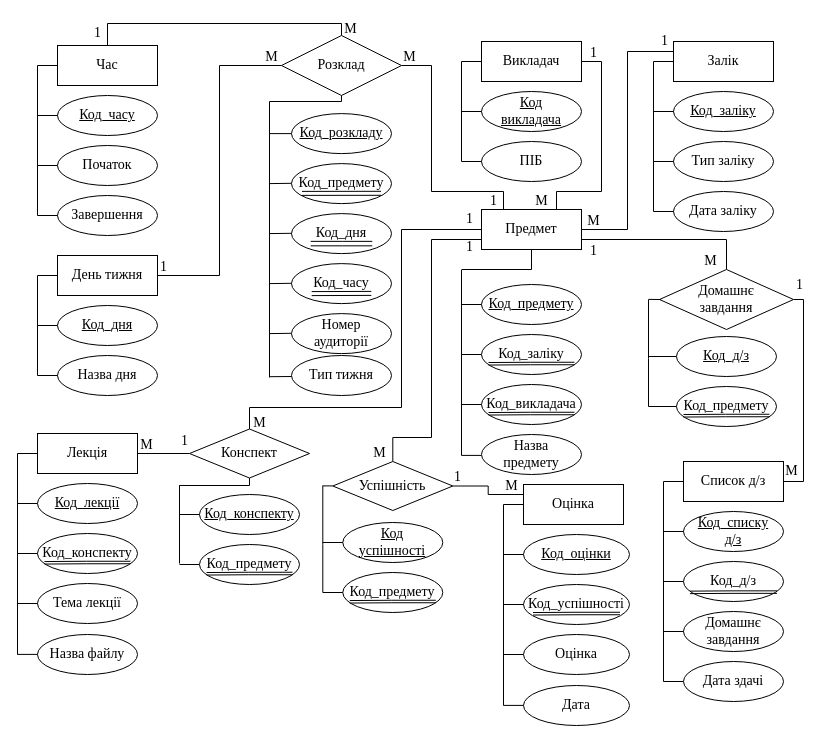
This is Documentation/Предметная область/картинки/er/er1.drawio from annagolikova/Course-project, a draw.io file, before an edit. Source tidied: cells renumbered, new cells numbered last; positions are measured from the earlier drawing's top-left corner, leaving out a move shared by most shapes. Both pictures are drawn from the tidied source at 100%, with x=0, y=0 at pixel (17, 17).
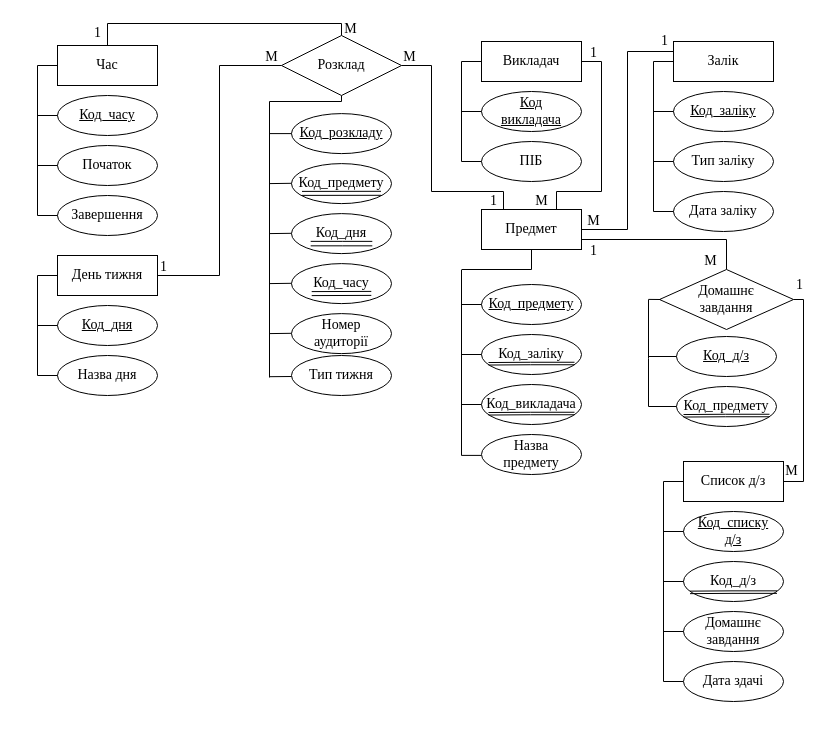
Above is the later version.

The change refers to these unchanged cells:
```xml
<mxCell id="89" value="Предмет" style="whiteSpace=wrap;html=1;align=center;fontFamily=Times New Roman;fontSize=14;" parent="1" vertex="1">
  <mxGeometry x="464" y="192" width="100" height="40" as="geometry" />
</mxCell>
```

The edit, as a diff of the source:
```diff
@@
-    <mxCell id="20" value="Лекція" style="whiteSpace=wrap;html=1;align=center;fontFamily=Times New Roman;fontSize=14;" parent="1" vertex="1">
-      <mxGeometry x="20" y="416" width="100" height="40" as="geometry" />
-    </mxCell>
-    <mxCell id="21" value="Код_лекції" style="ellipse;whiteSpace=wrap;html=1;align=center;fontStyle=4;fontFamily=Times New Roman;fontSize=14;" parent="1" vertex="1">
-      <mxGeometry x="20" y="466" width="100" height="40" as="geometry" />
-    </mxCell>
-    <mxCell id="22" value="Код_конспекту" style="ellipse;whiteSpace=wrap;html=1;align=center;fontFamily=Times New Roman;fontSize=14;" parent="1" vertex="1">
-      <mxGeometry x="20" y="516" width="100" height="40" as="geometry" />
-    </mxCell>
-    <mxCell id="23" value="Тема лекції" style="ellipse;whiteSpace=wrap;html=1;align=center;fontFamily=Times New Roman;fontSize=14;" parent="1" vertex="1">
-      <mxGeometry x="20" y="566" width="100" height="40" as="geometry" />
-    </mxCell>
-    <mxCell id="24" style="endArrow=none;html=1;rounded=0;fontFamily=Times New Roman;fontSize=14;" parent="1" edge="1">
-      <mxGeometry relative="1" as="geometry">
-        <mxPoint y="436" as="sourcePoint" />
-        <mxPoint y="637" as="targetPoint" />
-      </mxGeometry>
-    </mxCell>
-    <mxCell id="25" style="endArrow=none;html=1;rounded=0;fontFamily=Times New Roman;fontSize=14;" parent="1" edge="1">
-      <mxGeometry relative="1" as="geometry">
-        <mxPoint y="436" as="sourcePoint" />
-        <mxPoint x="20" y="436" as="targetPoint" />
-      </mxGeometry>
-    </mxCell>
-    <mxCell id="26" style="endArrow=none;html=1;rounded=0;fontFamily=Times New Roman;fontSize=14;" parent="1" edge="1">
-      <mxGeometry relative="1" as="geometry">
-        <mxPoint y="586" as="sourcePoint" />
-        <mxPoint x="20" y="586" as="targetPoint" />
-      </mxGeometry>
-    </mxCell>
-    <mxCell id="27" style="endArrow=none;html=1;rounded=0;entryX=0;entryY=0.5;entryDx=0;entryDy=0;fontFamily=Times New Roman;fontSize=14;" parent="1" edge="1" target="22">
-      <mxGeometry relative="1" as="geometry">
-        <mxPoint y="536" as="sourcePoint" />
-      </mxGeometry>
-    </mxCell>
-    <mxCell id="28" style="endArrow=none;html=1;rounded=0;entryX=0;entryY=0.5;entryDx=0;entryDy=0;fontFamily=Times New Roman;fontSize=14;" parent="1" edge="1" target="21">
-      <mxGeometry relative="1" as="geometry">
-        <mxPoint y="486" as="sourcePoint" />
-      </mxGeometry>
-    </mxCell>
@@
-    <mxCell id="54" style="shape=link;html=1;rounded=0;fontFamily=Times New Roman;fontSize=14;width=2.5;" parent="1" edge="1">
-      <mxGeometry relative="1" as="geometry">
-        <mxPoint x="27" y="545.3" as="sourcePoint" />
-        <mxPoint x="113" y="545" as="targetPoint" />
-        <Array as="points">
-          <mxPoint x="69" y="545" />
-        </Array>
-      </mxGeometry>
-    </mxCell>
-    <mxCell id="55" style="html=1;align=right;verticalAlign=bottom;" parent="54" vertex="1">
-      <mxGeometry x="1" relative="1" as="geometry" />
-    </mxCell>
@@
-    <mxCell id="62" style="edgeStyle=orthogonalEdgeStyle;rounded=0;jettySize=auto;html=1;exitX=0.5;exitY=1;exitDx=0;exitDy=0;endArrow=none;endFill=0;strokeColor=#000000;fontFamily=Times New Roman;fontSize=14;" parent="1" edge="1" source="65">
-      <mxGeometry relative="1" as="geometry">
-        <mxPoint x="162" y="471.5" as="targetPoint" />
-        <Array as="points">
-          <mxPoint x="232" y="468" />
-          <mxPoint x="162" y="468" />
-        </Array>
-      </mxGeometry>
-    </mxCell>
-    <mxCell id="63" style="edgeStyle=orthogonalEdgeStyle;rounded=0;jettySize=auto;html=1;exitX=0;exitY=0.5;exitDx=0;exitDy=0;entryX=1;entryY=0.5;entryDx=0;entryDy=0;endArrow=none;endFill=0;strokeColor=#000000;fontFamily=Times New Roman;fontSize=14;" parent="1" edge="1" source="65" target="20">
-      <mxGeometry relative="1" as="geometry" />
-    </mxCell>
-    <mxCell id="64" style="edgeStyle=orthogonalEdgeStyle;rounded=0;jettySize=auto;html=1;entryX=0;entryY=0.75;entryDx=0;entryDy=0;endArrow=none;endFill=0;strokeColor=#000000;fontFamily=Times New Roman;fontSize=14;exitX=0.5;exitY=0;exitDx=0;exitDy=0;" parent="1" edge="1" source="65" target="89">
-      <mxGeometry relative="1" as="geometry">
-        <Array as="points">
-          <mxPoint x="232" y="390" />
-          <mxPoint x="384" y="390" />
-          <mxPoint x="384" y="212" />
-          <mxPoint x="464" y="212" />
-        </Array>
-      </mxGeometry>
-    </mxCell>
-    <mxCell id="65" value="Конспект" style="shape=rhombus;perimeter=rhombusPerimeter;whiteSpace=wrap;html=1;align=center;fontFamily=Times New Roman;fontSize=14;" parent="1" vertex="1">
-      <mxGeometry x="172" y="411.5" width="120" height="49" as="geometry" />
-    </mxCell>
-    <mxCell id="66" value="Назва файлу" style="ellipse;whiteSpace=wrap;html=1;align=center;fontFamily=Times New Roman;fontSize=14;" parent="1" vertex="1">
-      <mxGeometry x="20" y="617" width="100" height="40" as="geometry" />
-    </mxCell>
-    <mxCell id="67" style="endArrow=none;html=1;rounded=0;fontFamily=Times New Roman;fontSize=14;" parent="1" edge="1">
-      <mxGeometry relative="1" as="geometry">
-        <mxPoint y="636.9" as="sourcePoint" />
-        <mxPoint x="20" y="636.9" as="targetPoint" />
-      </mxGeometry>
-    </mxCell>
-    <mxCell id="68" value="Код_конспекту" style="ellipse;whiteSpace=wrap;html=1;align=center;fontStyle=4;fontFamily=Times New Roman;fontSize=14;" parent="1" vertex="1">
-      <mxGeometry x="182" y="477" width="100" height="40" as="geometry" />
-    </mxCell>
-    <mxCell id="69" style="edgeStyle=orthogonalEdgeStyle;rounded=0;jettySize=auto;html=1;exitX=0;exitY=0.5;exitDx=0;exitDy=0;endArrow=none;endFill=0;strokeColor=#000000;fontFamily=Times New Roman;fontSize=14;" parent="1" edge="1" source="70">
-      <mxGeometry relative="1" as="geometry">
-        <mxPoint x="162" y="547" as="targetPoint" />
-      </mxGeometry>
-    </mxCell>
-    <mxCell id="70" value="Код_предмету" style="ellipse;whiteSpace=wrap;html=1;align=center;fontFamily=Times New Roman;fontSize=14;" parent="1" vertex="1">
-      <mxGeometry x="182" y="527" width="100" height="40" as="geometry" />
-    </mxCell>
-    <mxCell id="71" style="endArrow=none;html=1;rounded=0;entryX=0;entryY=0.5;entryDx=0;entryDy=0;fontFamily=Times New Roman;fontSize=14;" parent="1" edge="1" target="68">
-      <mxGeometry relative="1" as="geometry">
-        <mxPoint x="162" y="497" as="sourcePoint" />
-      </mxGeometry>
-    </mxCell>
-    <mxCell id="72" style="shape=link;html=1;rounded=0;fontFamily=Times New Roman;fontSize=14;width=2.5;" parent="1" edge="1">
-      <mxGeometry relative="1" as="geometry">
-        <mxPoint x="189" y="556.3" as="sourcePoint" />
-        <mxPoint x="275" y="556" as="targetPoint" />
-        <Array as="points">
-          <mxPoint x="231" y="556" />
-        </Array>
-      </mxGeometry>
-    </mxCell>
-    <mxCell id="73" style="html=1;align=right;verticalAlign=bottom;" parent="72" vertex="1">
-      <mxGeometry x="1" relative="1" as="geometry">
-        <mxPoint x="13.3" y="1" as="offset" />
-      </mxGeometry>
-    </mxCell>
-    <mxCell id="74" style="endArrow=none;html=1;rounded=0;fontFamily=Times New Roman;fontSize=14;" parent="1" edge="1">
-      <mxGeometry relative="1" as="geometry">
-        <mxPoint x="162" y="468" as="sourcePoint" />
-        <mxPoint x="162" y="546" as="targetPoint" />
-        <Array as="points">
-          <mxPoint x="162" y="494.5" />
-        </Array>
-      </mxGeometry>
-    </mxCell>
@@
-    <mxCell id="121" value="Оцінка" style="whiteSpace=wrap;html=1;align=center;fontFamily=Times New Roman;fontSize=14;" parent="1" vertex="1">
-      <mxGeometry x="506" y="467" width="100" height="40" as="geometry" />
-    </mxCell>
-    <mxCell id="122" value="Код_оцінки" style="ellipse;whiteSpace=wrap;html=1;align=center;fontStyle=4;fontFamily=Times New Roman;fontSize=14;" parent="1" vertex="1">
-      <mxGeometry x="506" y="517" width="106" height="40" as="geometry" />
-    </mxCell>
-    <mxCell id="123" value="Код_успішності" style="ellipse;whiteSpace=wrap;html=1;align=center;fontFamily=Times New Roman;fontSize=14;" parent="1" vertex="1">
-      <mxGeometry x="506" y="567" width="106" height="40" as="geometry" />
-    </mxCell>
-    <mxCell id="124" value="Оцінка" style="ellipse;whiteSpace=wrap;html=1;align=center;fontFamily=Times New Roman;fontSize=14;" parent="1" vertex="1">
-      <mxGeometry x="506" y="617" width="106" height="40" as="geometry" />
-    </mxCell>
-    <mxCell id="125" style="endArrow=none;html=1;rounded=0;fontFamily=Times New Roman;fontSize=14;" parent="1" edge="1">
-      <mxGeometry relative="1" as="geometry">
-        <mxPoint x="486" y="487" as="sourcePoint" />
-        <mxPoint x="486" y="688" as="targetPoint" />
-      </mxGeometry>
-    </mxCell>
-    <mxCell id="126" style="endArrow=none;html=1;rounded=0;fontFamily=Times New Roman;fontSize=14;" parent="1" edge="1">
-      <mxGeometry relative="1" as="geometry">
-        <mxPoint x="486" y="487" as="sourcePoint" />
-        <mxPoint x="506" y="487" as="targetPoint" />
-      </mxGeometry>
-    </mxCell>
-    <mxCell id="127" style="endArrow=none;html=1;rounded=0;fontFamily=Times New Roman;fontSize=14;" parent="1" edge="1">
-      <mxGeometry relative="1" as="geometry">
-        <mxPoint x="486" y="637" as="sourcePoint" />
-        <mxPoint x="506" y="637" as="targetPoint" />
-      </mxGeometry>
-    </mxCell>
-    <mxCell id="128" style="endArrow=none;html=1;rounded=0;entryX=0;entryY=0.5;entryDx=0;entryDy=0;fontFamily=Times New Roman;fontSize=14;" parent="1" edge="1" target="123">
-      <mxGeometry relative="1" as="geometry">
-        <mxPoint x="486" y="587" as="sourcePoint" />
-      </mxGeometry>
-    </mxCell>
-    <mxCell id="129" style="endArrow=none;html=1;rounded=0;entryX=0;entryY=0.5;entryDx=0;entryDy=0;fontFamily=Times New Roman;fontSize=14;" parent="1" edge="1" target="122">
-      <mxGeometry relative="1" as="geometry">
-        <mxPoint x="486" y="537" as="sourcePoint" />
-      </mxGeometry>
-    </mxCell>
-    <mxCell id="130" style="shape=link;html=1;rounded=0;fontFamily=Times New Roman;fontSize=14;width=2.5;" parent="1" edge="1">
-      <mxGeometry relative="1" as="geometry">
-        <mxPoint x="515.5" y="596.3" as="sourcePoint" />
-        <mxPoint x="602.5" y="596" as="targetPoint" />
-        <Array as="points">
-          <mxPoint x="557.5" y="596" />
-        </Array>
-      </mxGeometry>
-    </mxCell>
-    <mxCell id="131" style="html=1;align=right;verticalAlign=bottom;" parent="130" vertex="1">
-      <mxGeometry x="1" relative="1" as="geometry" />
-    </mxCell>
-    <mxCell id="132" style="edgeStyle=orthogonalEdgeStyle;rounded=0;jettySize=auto;html=1;exitX=1;exitY=0.5;exitDx=0;exitDy=0;entryX=0;entryY=0.25;entryDx=0;entryDy=0;endArrow=none;endFill=0;strokeColor=#000000;fontFamily=Times New Roman;fontSize=14;" parent="1" edge="1" source="134" target="121">
-      <mxGeometry relative="1" as="geometry" />
-    </mxCell>
-    <mxCell id="133" style="edgeStyle=orthogonalEdgeStyle;rounded=0;jettySize=auto;html=1;entryX=0;entryY=0.75;entryDx=0;entryDy=0;endArrow=none;endFill=0;strokeColor=#000000;fontFamily=Times New Roman;fontSize=14;exitX=0.5;exitY=0;exitDx=0;exitDy=0;" parent="1" edge="1" source="134" target="89">
-      <mxGeometry relative="1" as="geometry">
-        <Array as="points">
-          <mxPoint x="375" y="420" />
-          <mxPoint x="414" y="420" />
-          <mxPoint x="414" y="222" />
-        </Array>
-      </mxGeometry>
-    </mxCell>
-    <mxCell id="134" value="Успішність" style="shape=rhombus;perimeter=rhombusPerimeter;whiteSpace=wrap;html=1;align=center;fontFamily=Times New Roman;fontSize=14;" parent="1" vertex="1">
-      <mxGeometry x="315.3" y="444" width="120" height="49" as="geometry" />
-    </mxCell>
-    <mxCell id="135" value="Дата" style="ellipse;whiteSpace=wrap;html=1;align=center;fontFamily=Times New Roman;fontSize=14;" parent="1" vertex="1">
-      <mxGeometry x="506" y="668" width="106" height="40" as="geometry" />
-    </mxCell>
-    <mxCell id="136" style="endArrow=none;html=1;rounded=0;fontFamily=Times New Roman;fontSize=14;" parent="1" edge="1">
-      <mxGeometry relative="1" as="geometry">
-        <mxPoint x="486" y="687.9" as="sourcePoint" />
-        <mxPoint x="506" y="687.9" as="targetPoint" />
-      </mxGeometry>
-    </mxCell>
-    <mxCell id="137" value="Код&lt;br&gt;успішності" style="ellipse;whiteSpace=wrap;html=1;align=center;fontStyle=4;fontFamily=Times New Roman;fontSize=14;" parent="1" vertex="1">
-      <mxGeometry x="325.3" y="505" width="100" height="40" as="geometry" />
-    </mxCell>
-    <mxCell id="138" value="Код_предмету" style="ellipse;whiteSpace=wrap;html=1;align=center;fontFamily=Times New Roman;fontSize=14;" parent="1" vertex="1">
-      <mxGeometry x="325.3" y="555" width="100" height="40" as="geometry" />
-    </mxCell>
-    <mxCell id="139" style="endArrow=none;html=1;rounded=0;entryX=0;entryY=0.5;entryDx=0;entryDy=0;fontFamily=Times New Roman;fontSize=14;" parent="1" edge="1" target="138">
-      <mxGeometry relative="1" as="geometry">
-        <mxPoint x="305.3" y="575" as="sourcePoint" />
-      </mxGeometry>
-    </mxCell>
-    <mxCell id="140" style="endArrow=none;html=1;rounded=0;entryX=0;entryY=0.5;entryDx=0;entryDy=0;fontFamily=Times New Roman;fontSize=14;" parent="1" edge="1" target="137">
-      <mxGeometry relative="1" as="geometry">
-        <mxPoint x="305.3" y="525" as="sourcePoint" />
-      </mxGeometry>
-    </mxCell>
-    <mxCell id="141" style="shape=link;html=1;rounded=0;fontFamily=Times New Roman;fontSize=14;width=2.5;" parent="1" edge="1">
-      <mxGeometry relative="1" as="geometry">
-        <mxPoint x="332.3" y="584.3" as="sourcePoint" />
-        <mxPoint x="418.3" y="584" as="targetPoint" />
-        <Array as="points">
-          <mxPoint x="374.3" y="584" />
-        </Array>
-      </mxGeometry>
-    </mxCell>
-    <mxCell id="142" style="html=1;align=right;verticalAlign=bottom;" parent="141" vertex="1">
-      <mxGeometry x="1" relative="1" as="geometry" />
-    </mxCell>
-    <mxCell id="143" style="endArrow=none;html=1;rounded=0;fontFamily=Times New Roman;fontSize=14;" parent="1" edge="1">
-      <mxGeometry relative="1" as="geometry">
-        <mxPoint x="305.3" y="468" as="sourcePoint" />
-        <mxPoint x="305.3" y="575" as="targetPoint" />
-        <Array as="points">
-          <mxPoint x="305.3" y="527" />
-        </Array>
-      </mxGeometry>
-    </mxCell>
-    <mxCell id="144" style="endArrow=none;html=1;rounded=0;entryX=0;entryY=0.5;entryDx=0;entryDy=0;fontFamily=Times New Roman;fontSize=14;" parent="1" edge="1">
-      <mxGeometry relative="1" as="geometry">
-        <mxPoint x="305.3" y="468.4" as="sourcePoint" />
-        <mxPoint x="315.3" y="468.4" as="targetPoint" />
-      </mxGeometry>
-    </mxCell>
@@
-    <mxCell id="155" value="М" style="text;html=1;align=center;verticalAlign=middle;fontSize=14;fontFamily=Times New Roman;" parent="1" vertex="1">
-      <mxGeometry x="227" y="394" width="30" height="24" as="geometry" />
-    </mxCell>
-    <mxCell id="156" value="1" style="text;html=1;align=center;verticalAlign=middle;fontSize=14;fontFamily=Times New Roman;" parent="1" vertex="1">
-      <mxGeometry x="155" y="411.5" width="24" height="24" as="geometry" />
-    </mxCell>
-    <mxCell id="157" value="М" style="text;html=1;align=center;verticalAlign=middle;fontSize=14;fontFamily=Times New Roman;" parent="1" vertex="1">
-      <mxGeometry x="114" y="416" width="30" height="24" as="geometry" />
-    </mxCell>
@@
-    <mxCell id="164" value="1" style="text;html=1;align=center;verticalAlign=middle;fontSize=14;fontFamily=Times New Roman;" parent="1" vertex="1">
-      <mxGeometry x="428" y="448" width="24" height="24" as="geometry" />
-    </mxCell>
-    <mxCell id="165" value="М" style="text;html=1;align=center;verticalAlign=middle;fontSize=14;fontFamily=Times New Roman;" parent="1" vertex="1">
-      <mxGeometry x="479" y="457" width="30" height="24" as="geometry" />
-    </mxCell>
-    <mxCell id="166" value="1" style="text;html=1;align=center;verticalAlign=middle;fontSize=14;fontFamily=Times New Roman;" parent="1" vertex="1">
-      <mxGeometry x="440" y="190" width="24" height="24" as="geometry" />
-    </mxCell>
-    <mxCell id="167" value="1" style="text;html=1;align=center;verticalAlign=middle;fontSize=14;fontFamily=Times New Roman;" parent="1" vertex="1">
-      <mxGeometry x="440" y="218" width="24" height="24" as="geometry" />
-    </mxCell>
-    <mxCell id="168" value="М" style="text;html=1;align=center;verticalAlign=middle;fontSize=14;fontFamily=Times New Roman;" parent="1" vertex="1">
-      <mxGeometry x="347" y="424" width="30" height="24" as="geometry" />
-    </mxCell>
```
